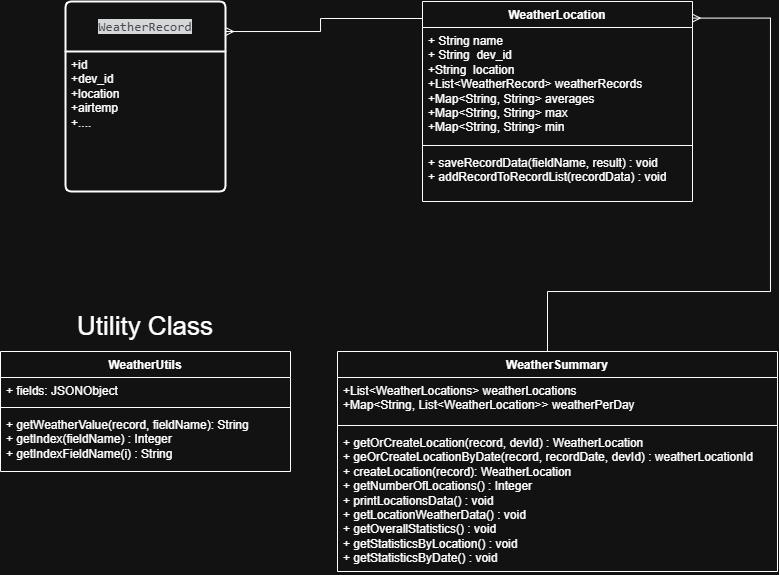
Earlier version of the draw.io export media/diagram.png (ilopez-ravn/Weather-Stations-Analysis). Source tidied: cells renumbered, new cells last; positions are measured from the earlier drawing's top-left corner, leaving out a move shared by most shapes.
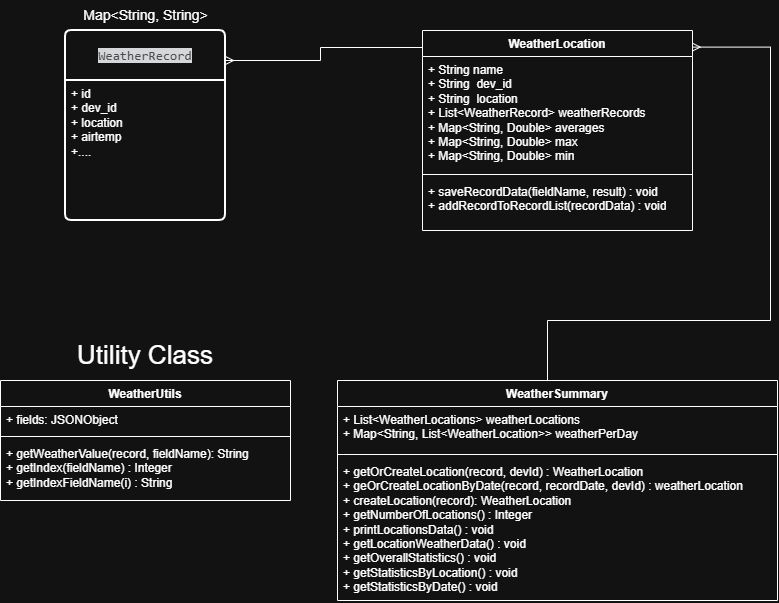
The same diagram one commit later.

Commit message:
More comments and updated diagram

Change to the diagram source:
```diff
@@ -5,7 +5,7 @@
     <mxCell id="2" value="&lt;div style=&quot;background-color:#191a1c;color:#bcbec4&quot;&gt;&lt;pre style=&quot;font-family:'JetBrains Mono',monospace;font-size:9.8pt;&quot;&gt;WeatherRecord&lt;/pre&gt;&lt;/div&gt;" style="swimlane;horizontal=1;startSize=50;rounded=1;fontSize=14;fontStyle=0;strokeWidth=2;shadow=0;dashed=0;align=center;arcSize=4;whiteSpace=wrap;html=1;" parent="1" vertex="1">
       <mxGeometry x="65" width="160" height="190" as="geometry" />
     </mxCell>
-    <mxCell id="3" value="+id&lt;br&gt;+dev_id&lt;br&gt;+location&lt;div&gt;+airtemp&lt;/div&gt;&lt;div&gt;+....&lt;/div&gt;" style="align=left;strokeColor=none;fillColor=none;spacingLeft=4;spacingRight=4;fontSize=12;verticalAlign=top;html=1;whiteSpace=wrap;" parent="2" vertex="1">
+    <mxCell id="3" value="+ id&lt;br&gt;+ dev_id&lt;br&gt;+ location&lt;div&gt;+ airtemp&lt;/div&gt;&lt;div&gt;+....&lt;/div&gt;" style="align=left;strokeColor=none;fillColor=none;spacingLeft=4;spacingRight=4;fontSize=12;verticalAlign=top;html=1;whiteSpace=wrap;" parent="2" vertex="1">
       <mxGeometry y="50" width="160" height="140" as="geometry" />
     </mxCell>
     <mxCell id="4" style="edgeStyle=orthogonalEdgeStyle;rounded=0;jettySize=auto;html=1;endArrow=ERmany;endFill=0;exitX=0.003;exitY=0.085;exitDx=0;exitDy=0;exitPerimeter=0;" parent="1" edge="1" source="14" target="2">
@@ -40,19 +40,19 @@
     <mxCell id="10" value="WeatherSummary" style="swimlane;fontStyle=1;align=center;verticalAlign=top;horizontal=1;startSize=26;whiteSpace=wrap;html=1;" parent="1" vertex="1">
       <mxGeometry x="337" y="350" width="440" height="220" as="geometry" />
     </mxCell>
-    <mxCell id="11" value="&lt;div&gt;+List&amp;lt;WeatherLocations&amp;gt; weatherLocations&lt;/div&gt;&lt;div&gt;+Map&amp;lt;String, List&amp;lt;WeatherLocation&amp;gt;&amp;gt; weatherPerDay&lt;/div&gt;&lt;div&gt;&lt;br&gt;&lt;/div&gt;" style="text;strokeColor=none;fillColor=none;align=left;verticalAlign=top;spacingLeft=4;spacingRight=4;overflow=hidden;whiteSpace=wrap;html=1;" parent="10" vertex="1">
+    <mxCell id="11" value="&lt;div&gt;+ List&amp;lt;WeatherLocations&amp;gt; weatherLocations&lt;/div&gt;&lt;div&gt;+ Map&amp;lt;String, List&amp;lt;WeatherLocation&amp;gt;&amp;gt; weatherPerDay&lt;/div&gt;&lt;div&gt;&lt;br&gt;&lt;/div&gt;" style="text;strokeColor=none;fillColor=none;align=left;verticalAlign=top;spacingLeft=4;spacingRight=4;overflow=hidden;whiteSpace=wrap;html=1;" parent="10" vertex="1">
       <mxGeometry y="26" width="440" height="44" as="geometry" />
     </mxCell>
     <mxCell id="12" style="line;strokeWidth=1;fillColor=none;align=left;verticalAlign=middle;spacingTop=-1;spacingLeft=3;spacingRight=3;labelPosition=right;strokeColor=inherit;" parent="10" vertex="1">
       <mxGeometry y="70" width="440" height="8" as="geometry" />
     </mxCell>
-    <mxCell id="13" value="+ getOrCreateLocation(record, devId) : WeatherLocation&lt;div&gt;+ geOrCreateLocationByDate(record, recordDate, devId) : weatherLocationId&lt;/div&gt;&lt;div&gt;+ createLocation(record): WeatherLocation&lt;/div&gt;&lt;div&gt;+ getNumberOfLocations() : Integer&lt;/div&gt;&lt;div&gt;+ printLocationsData() : void&lt;/div&gt;&lt;div&gt;+ getLocationWeatherData() : void&lt;/div&gt;&lt;div&gt;+&amp;nbsp;getOverallStatistics() : void&lt;/div&gt;&lt;div&gt;+ getStatisticsByLocation() : void&lt;/div&gt;&lt;div&gt;+ getStatisticsByDate() : void&lt;/div&gt;" style="text;strokeColor=none;fillColor=none;align=left;verticalAlign=top;spacingLeft=4;spacingRight=4;overflow=hidden;whiteSpace=wrap;html=1;" parent="10" vertex="1">
+    <mxCell id="13" value="+ getOrCreateLocation(record, devId) : WeatherLocation&lt;div&gt;+ geOrCreateLocationByDate(record, recordDate, devId) : weatherLocation&lt;/div&gt;&lt;div&gt;+ createLocation(record): WeatherLocation&lt;/div&gt;&lt;div&gt;+ getNumberOfLocations() : Integer&lt;/div&gt;&lt;div&gt;+ printLocationsData() : void&lt;/div&gt;&lt;div&gt;+ getLocationWeatherData() : void&lt;/div&gt;&lt;div&gt;+&amp;nbsp;getOverallStatistics() : void&lt;/div&gt;&lt;div&gt;+ getStatisticsByLocation() : void&lt;/div&gt;&lt;div&gt;+ getStatisticsByDate() : void&lt;/div&gt;" style="text;strokeColor=none;fillColor=none;align=left;verticalAlign=top;spacingLeft=4;spacingRight=4;overflow=hidden;whiteSpace=wrap;html=1;" parent="10" vertex="1">
       <mxGeometry y="78" width="440" height="142" as="geometry" />
     </mxCell>
     <mxCell id="14" value="WeatherLocation" style="swimlane;fontStyle=1;align=center;verticalAlign=top;horizontal=1;startSize=26;whiteSpace=wrap;html=1;" parent="1" vertex="1">
       <mxGeometry x="422" width="270" height="200" as="geometry" />
     </mxCell>
-    <mxCell id="15" value="&lt;div&gt;+ String name&lt;br&gt;+&amp;nbsp;&lt;span style=&quot;background-color: transparent; color: light-dark(rgb(0, 0, 0), rgb(255, 255, 255));&quot;&gt;String&lt;/span&gt;&lt;span style=&quot;background-color: transparent; color: light-dark(rgb(0, 0, 0), rgb(255, 255, 255));&quot;&gt;&amp;nbsp;&amp;nbsp;&lt;/span&gt;&lt;span style=&quot;background-color: transparent; color: light-dark(rgb(0, 0, 0), rgb(255, 255, 255));&quot;&gt;dev_id&lt;/span&gt;&lt;/div&gt;&lt;div&gt;+&lt;span style=&quot;background-color: transparent; color: light-dark(rgb(0, 0, 0), rgb(255, 255, 255));&quot;&gt;String&lt;/span&gt;&lt;span style=&quot;background-color: transparent; color: light-dark(rgb(0, 0, 0), rgb(255, 255, 255));&quot;&gt;&amp;nbsp;&amp;nbsp;&lt;/span&gt;&lt;span style=&quot;background-color: transparent; color: light-dark(rgb(0, 0, 0), rgb(255, 255, 255));&quot;&gt;location&lt;/span&gt;&lt;/div&gt;&lt;div&gt;&lt;div&gt;+List&amp;lt;WeatherRecord&amp;gt;&amp;nbsp;&lt;span style=&quot;background-color: transparent; color: light-dark(rgb(0, 0, 0), rgb(255, 255, 255));&quot;&gt;weatherRecords&lt;/span&gt;&lt;/div&gt;&lt;div&gt;+Map&amp;lt;String, String&amp;gt;&amp;nbsp;&lt;span style=&quot;background-color: transparent; color: light-dark(rgb(0, 0, 0), rgb(255, 255, 255));&quot;&gt;averages&lt;/span&gt;&lt;/div&gt;&lt;div&gt;+&lt;span style=&quot;background-color: transparent; color: light-dark(rgb(0, 0, 0), rgb(255, 255, 255));&quot;&gt;Map&amp;lt;String, String&amp;gt;&amp;nbsp;&lt;/span&gt;&lt;span style=&quot;background-color: transparent; color: light-dark(rgb(0, 0, 0), rgb(255, 255, 255));&quot;&gt;max&lt;/span&gt;&lt;/div&gt;&lt;div&gt;+&lt;span style=&quot;background-color: transparent; color: light-dark(rgb(0, 0, 0), rgb(255, 255, 255));&quot;&gt;Map&amp;lt;String, String&amp;gt;&amp;nbsp;&lt;/span&gt;&lt;span style=&quot;background-color: transparent; color: light-dark(rgb(0, 0, 0), rgb(255, 255, 255));&quot;&gt;min&lt;/span&gt;&lt;/div&gt;&lt;/div&gt;" style="text;strokeColor=none;fillColor=none;align=left;verticalAlign=top;spacingLeft=4;spacingRight=4;overflow=hidden;whiteSpace=wrap;html=1;" parent="14" vertex="1">
+    <mxCell id="15" value="&lt;div&gt;+ String name&lt;br&gt;+&amp;nbsp;&lt;span style=&quot;background-color: transparent; color: light-dark(rgb(0, 0, 0), rgb(255, 255, 255));&quot;&gt;String&lt;/span&gt;&lt;span style=&quot;background-color: transparent; color: light-dark(rgb(0, 0, 0), rgb(255, 255, 255));&quot;&gt;&amp;nbsp;&amp;nbsp;&lt;/span&gt;&lt;span style=&quot;background-color: transparent; color: light-dark(rgb(0, 0, 0), rgb(255, 255, 255));&quot;&gt;dev_id&lt;/span&gt;&lt;/div&gt;&lt;div&gt;+&amp;nbsp;&lt;span style=&quot;background-color: transparent; color: light-dark(rgb(0, 0, 0), rgb(255, 255, 255));&quot;&gt;String&lt;/span&gt;&lt;span style=&quot;background-color: transparent; color: light-dark(rgb(0, 0, 0), rgb(255, 255, 255));&quot;&gt;&amp;nbsp;&amp;nbsp;&lt;/span&gt;&lt;span style=&quot;background-color: transparent; color: light-dark(rgb(0, 0, 0), rgb(255, 255, 255));&quot;&gt;location&lt;/span&gt;&lt;/div&gt;&lt;div&gt;&lt;div&gt;+ List&amp;lt;WeatherRecord&amp;gt;&amp;nbsp;&lt;span style=&quot;background-color: transparent; color: light-dark(rgb(0, 0, 0), rgb(255, 255, 255));&quot;&gt;weatherRecords&lt;/span&gt;&lt;/div&gt;&lt;div&gt;+ Map&amp;lt;String, Double&amp;gt;&amp;nbsp;&lt;span style=&quot;background-color: transparent; color: light-dark(rgb(0, 0, 0), rgb(255, 255, 255));&quot;&gt;averages&lt;/span&gt;&lt;/div&gt;&lt;div&gt;+&amp;nbsp;&lt;span style=&quot;background-color: transparent; color: light-dark(rgb(0, 0, 0), rgb(255, 255, 255));&quot;&gt;Map&amp;lt;String,&amp;nbsp;&lt;/span&gt;Double&lt;span style=&quot;background-color: transparent; color: light-dark(rgb(0, 0, 0), rgb(255, 255, 255));&quot;&gt;&amp;gt;&amp;nbsp;&lt;/span&gt;&lt;span style=&quot;background-color: transparent; color: light-dark(rgb(0, 0, 0), rgb(255, 255, 255));&quot;&gt;max&lt;/span&gt;&lt;/div&gt;&lt;div&gt;+&amp;nbsp;&lt;span style=&quot;background-color: transparent; color: light-dark(rgb(0, 0, 0), rgb(255, 255, 255));&quot;&gt;Map&amp;lt;String,&amp;nbsp;&lt;/span&gt;Double&lt;span style=&quot;background-color: transparent; color: light-dark(rgb(0, 0, 0), rgb(255, 255, 255));&quot;&gt;&amp;gt;&amp;nbsp;&lt;/span&gt;&lt;span style=&quot;background-color: transparent; color: light-dark(rgb(0, 0, 0), rgb(255, 255, 255));&quot;&gt;min&lt;/span&gt;&lt;/div&gt;&lt;/div&gt;" style="text;strokeColor=none;fillColor=none;align=left;verticalAlign=top;spacingLeft=4;spacingRight=4;overflow=hidden;whiteSpace=wrap;html=1;" parent="14" vertex="1">
       <mxGeometry y="26" width="270" height="114" as="geometry" />
     </mxCell>
     <mxCell id="16" style="line;strokeWidth=1;fillColor=none;align=left;verticalAlign=middle;spacingTop=-1;spacingLeft=3;spacingRight=3;labelPosition=right;strokeColor=inherit;" parent="14" vertex="1">
@@ -64,5 +64,8 @@
     <mxCell id="18" value="Utility Class" style="text;html=1;whiteSpace=wrap;strokeColor=none;fillColor=none;align=center;verticalAlign=middle;rounded=0;fontSize=26;" parent="1" vertex="1">
       <mxGeometry x="65" y="310" width="160" height="30" as="geometry" />
     </mxCell>
+    <mxCell id="19" value="Map&amp;lt;String, String&amp;gt;" style="text;html=1;whiteSpace=wrap;strokeColor=none;fillColor=none;align=center;verticalAlign=middle;rounded=0;fontSize=14;" parent="1" vertex="1">
+      <mxGeometry x="22.5" y="-30" width="245" height="30" as="geometry" />
+    </mxCell>
   </root>
 </mxGraphModel>
```
